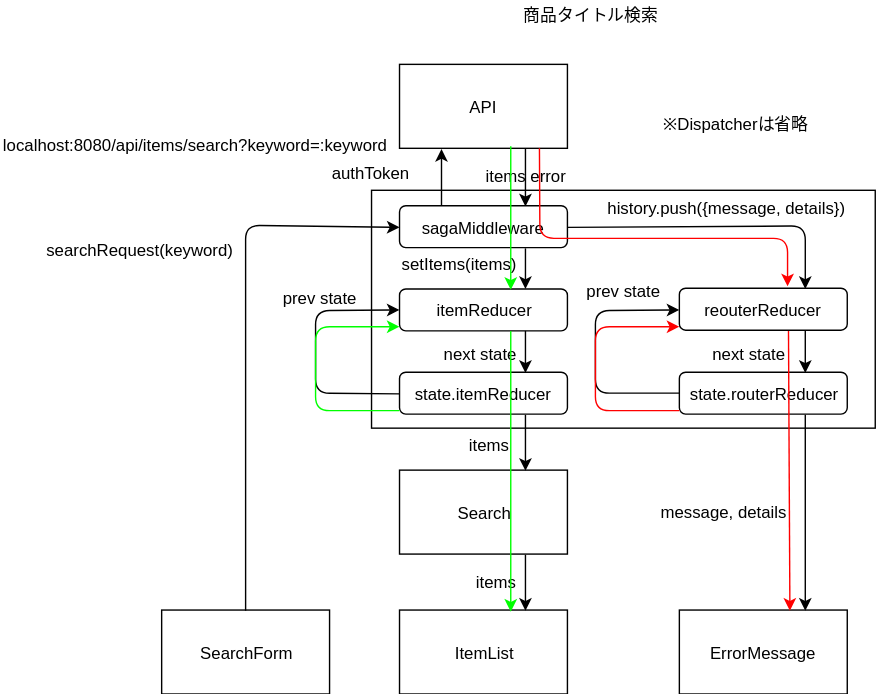
Earlier version of the draw.io export diagram/dataFlow/search.svg (emgniddikur/react-app). Source tidied: cells renumbered, new cells last; positions are measured from the earlier drawing's top-left corner, leaving out a move shared by most shapes. The source it was exported from:
```xml
<mxGraphModel>
  <root>
    <mxCell id="0" />
    <mxCell id="1" parent="0" />
    <mxCell id="2" value="Search" style="rounded=0;whiteSpace=wrap;html=1;" parent="1" vertex="1">
      <mxGeometry x="285" y="334.5" width="120" height="60" as="geometry" />
    </mxCell>
    <mxCell id="3" style="rounded=0;whiteSpace=wrap;html=1;" parent="1" vertex="1">
      <mxGeometry x="265" y="134.5" width="360" height="170" as="geometry" />
    </mxCell>
    <mxCell id="4" value="ItemList" style="rounded=0;whiteSpace=wrap;html=1;" parent="1" vertex="1">
      <mxGeometry x="285" y="434.5" width="120" height="60" as="geometry" />
    </mxCell>
    <mxCell id="5" style="endArrow=classic;html=1;entryX=0.75;entryY=0;entryDx=0;entryDy=0;exitX=0.75;exitY=1;exitDx=0;exitDy=0;" parent="1" edge="1" source="2" target="4">
      <mxGeometry relative="1" as="geometry" />
    </mxCell>
    <mxCell id="6" style="endArrow=classic;html=1;entryX=0.25;entryY=1;entryDx=0;entryDy=0;exitX=0.25;exitY=0;exitDx=0;exitDy=0;" parent="1" edge="1" source="9" target="8">
      <mxGeometry relative="1" as="geometry" />
    </mxCell>
    <mxCell id="7" style="endArrow=classic;html=1;entryX=0.75;entryY=0;entryDx=0;entryDy=0;exitX=0.75;exitY=1;exitDx=0;exitDy=0;" parent="1" edge="1" source="8" target="9">
      <mxGeometry relative="1" as="geometry" />
    </mxCell>
    <mxCell id="8" value="API&lt;br&gt;" style="rounded=0;whiteSpace=wrap;html=1;" parent="1" vertex="1">
      <mxGeometry x="285" y="44.5" width="120" height="60" as="geometry" />
    </mxCell>
    <mxCell id="9" value="sagaMiddleware" style="rounded=1;whiteSpace=wrap;html=1;" parent="1" vertex="1">
      <mxGeometry x="285" y="145.5" width="120" height="30" as="geometry" />
    </mxCell>
    <mxCell id="10" value="state.itemReducer" style="rounded=1;whiteSpace=wrap;html=1;" parent="1" vertex="1">
      <mxGeometry x="285" y="264.5" width="120" height="30" as="geometry" />
    </mxCell>
    <mxCell id="11" value="SearchForm" style="rounded=0;whiteSpace=wrap;html=1;" parent="1" vertex="1">
      <mxGeometry x="115" y="434.5" width="120" height="60" as="geometry" />
    </mxCell>
    <mxCell id="12" style="endArrow=classic;html=1;entryX=0;entryY=0.5;entryDx=0;entryDy=0;exitX=0.5;exitY=0;exitDx=0;exitDy=0;" parent="1" edge="1" source="11" target="9">
      <mxGeometry relative="1" as="geometry">
        <Array as="points">
          <mxPoint x="175" y="159.5" />
        </Array>
      </mxGeometry>
    </mxCell>
    <mxCell id="13" style="endArrow=classic;html=1;entryX=0.75;entryY=0;entryDx=0;entryDy=0;exitX=0.75;exitY=1;exitDx=0;exitDy=0;" parent="1" edge="1" source="9" target="14">
      <mxGeometry relative="1" as="geometry" />
    </mxCell>
    <mxCell id="14" value="itemReducer" style="rounded=1;whiteSpace=wrap;html=1;" parent="1" vertex="1">
      <mxGeometry x="285" y="205" width="120" height="30" as="geometry" />
    </mxCell>
    <mxCell id="15" style="endArrow=classic;html=1;entryX=0.75;entryY=0;entryDx=0;entryDy=0;exitX=0.75;exitY=1;exitDx=0;exitDy=0;" parent="1" edge="1" source="14" target="10">
      <mxGeometry relative="1" as="geometry" />
    </mxCell>
    <mxCell id="16" style="endArrow=classic;html=1;entryX=0;entryY=0.5;entryDx=0;entryDy=0;exitX=0;exitY=0.5;exitDx=0;exitDy=0;" parent="1" edge="1" source="10" target="14">
      <mxGeometry relative="1" as="geometry">
        <Array as="points">
          <mxPoint x="225" y="279.5" />
          <mxPoint x="225" y="220.5" />
        </Array>
      </mxGeometry>
    </mxCell>
    <mxCell id="17" value="reouterReducer&lt;br&gt;" style="rounded=1;whiteSpace=wrap;html=1;" parent="1" vertex="1">
      <mxGeometry x="485" y="204.5" width="120" height="30" as="geometry" />
    </mxCell>
    <mxCell id="18" style="endArrow=classic;html=1;entryX=0.75;entryY=0;entryDx=0;entryDy=0;exitX=1;exitY=0.5;exitDx=0;exitDy=0;" parent="1" edge="1" source="9" target="17">
      <mxGeometry relative="1" as="geometry">
        <Array as="points">
          <mxPoint x="575" y="160" />
        </Array>
      </mxGeometry>
    </mxCell>
    <mxCell id="19" value="state.routerReducer" style="rounded=1;whiteSpace=wrap;html=1;" parent="1" vertex="1">
      <mxGeometry x="485" y="264.5" width="120" height="30" as="geometry" />
    </mxCell>
    <mxCell id="20" style="endArrow=classic;html=1;entryX=0;entryY=0.5;entryDx=0;entryDy=0;exitX=0;exitY=0.5;exitDx=0;exitDy=0;" parent="1" edge="1">
      <mxGeometry relative="1" as="geometry">
        <mxPoint x="485" y="279.5" as="sourcePoint" />
        <mxPoint x="485" y="220" as="targetPoint" />
        <Array as="points">
          <mxPoint x="425" y="279.5" />
          <mxPoint x="425" y="220.5" />
        </Array>
      </mxGeometry>
    </mxCell>
    <mxCell id="21" style="endArrow=classic;html=1;entryX=0.75;entryY=0;entryDx=0;entryDy=0;exitX=0.75;exitY=1;exitDx=0;exitDy=0;" parent="1" edge="1" source="17" target="19">
      <mxGeometry relative="1" as="geometry" />
    </mxCell>
    <mxCell id="22" style="endArrow=classic;html=1;entryX=0.75;entryY=0;entryDx=0;entryDy=0;exitX=0.75;exitY=1;exitDx=0;exitDy=0;" parent="1" edge="1" source="10" target="2">
      <mxGeometry relative="1" as="geometry" />
    </mxCell>
    <mxCell id="23" value="商品タイトル検索&lt;br&gt;" style="text;html=1;align=left;verticalAlign=top;spacingTop=-4;" parent="1" vertex="1">
      <mxGeometry x="372" y="-0.5" width="110" height="20" as="geometry" />
    </mxCell>
    <mxCell id="24" value="searchRequest(keyword)" style="text;html=1;align=left;verticalAlign=top;spacingTop=-4;" parent="1" vertex="1">
      <mxGeometry x="31" y="167.5" width="150" height="20" as="geometry" />
    </mxCell>
    <mxCell id="25" value="authToken" style="text;html=1;align=left;verticalAlign=top;spacingTop=-4;" parent="1" vertex="1">
      <mxGeometry x="235" y="113" width="70" height="20" as="geometry" />
    </mxCell>
    <mxCell id="26" value="items" style="text;html=1;align=left;verticalAlign=top;spacingTop=-4;" parent="1" vertex="1">
      <mxGeometry x="345" y="115" width="40" height="20" as="geometry" />
    </mxCell>
    <mxCell id="27" value="prev state" style="text;html=1;align=left;verticalAlign=top;spacingTop=-4;" parent="1" vertex="1">
      <mxGeometry x="200" y="202" width="70" height="20" as="geometry" />
    </mxCell>
    <mxCell id="28" value="next state" style="text;html=1;align=left;verticalAlign=top;spacingTop=-4;" parent="1" vertex="1">
      <mxGeometry x="315" y="242" width="70" height="20" as="geometry" />
    </mxCell>
    <mxCell id="29" value="setItems(items)" style="text;html=1;align=left;verticalAlign=top;spacingTop=-4;" parent="1" vertex="1">
      <mxGeometry x="285" y="177.5" width="100" height="20" as="geometry" />
    </mxCell>
    <mxCell id="30" value="items" style="text;html=1;align=left;verticalAlign=top;spacingTop=-4;" parent="1" vertex="1">
      <mxGeometry x="338" y="404.5" width="40" height="20" as="geometry" />
    </mxCell>
    <mxCell id="31" value="items" style="text;html=1;align=left;verticalAlign=top;spacingTop=-4;" parent="1" vertex="1">
      <mxGeometry x="333" y="307" width="40" height="20" as="geometry" />
    </mxCell>
    <mxCell id="32" value="prev state" style="text;html=1;align=left;verticalAlign=top;spacingTop=-4;" parent="1" vertex="1">
      <mxGeometry x="417" y="197" width="70" height="20" as="geometry" />
    </mxCell>
    <mxCell id="33" value="next state" style="text;html=1;align=left;verticalAlign=top;spacingTop=-4;" parent="1" vertex="1">
      <mxGeometry x="507" y="242" width="70" height="20" as="geometry" />
    </mxCell>
    <mxCell id="34" value="ErrorMessage" style="rounded=0;whiteSpace=wrap;html=1;" parent="1" vertex="1">
      <mxGeometry x="485" y="434.5" width="120" height="60" as="geometry" />
    </mxCell>
    <mxCell id="35" style="endArrow=classic;html=1;entryX=0.75;entryY=0;entryDx=0;entryDy=0;exitX=0.75;exitY=1;exitDx=0;exitDy=0;" parent="1" edge="1" source="19" target="34">
      <mxGeometry relative="1" as="geometry" />
    </mxCell>
    <mxCell id="36" value="message, details" style="text;html=1;align=left;verticalAlign=top;spacingTop=-4;" parent="1" vertex="1">
      <mxGeometry x="470" y="354.5" width="110" height="20" as="geometry" />
    </mxCell>
    <mxCell id="37" value="error" style="text;html=1;align=left;verticalAlign=top;spacingTop=-4;" parent="1" vertex="1">
      <mxGeometry x="377" y="115" width="40" height="20" as="geometry" />
    </mxCell>
    <mxCell id="38" value="localhost:8080/api/items/search?keyword=:keyword" style="text;html=1;align=left;verticalAlign=top;spacingTop=-4;" parent="1" vertex="1">
      <mxGeometry y="93" width="290" height="20" as="geometry" />
    </mxCell>
    <mxCell id="39" value="history.push({message, details})" style="text;html=1;align=left;verticalAlign=top;spacingTop=-4;" parent="1" vertex="1">
      <mxGeometry x="432" y="138" width="190" height="20" as="geometry" />
    </mxCell>
    <mxCell id="40" value="※Dispatcherは省略" style="text;html=1;align=left;verticalAlign=top;spacingTop=-4;" parent="1" vertex="1">
      <mxGeometry x="472" y="77.5" width="120" height="20" as="geometry" />
    </mxCell>
    <mxCell id="41" style="endArrow=classic;html=1;strokeColor=#FF0000;exitX=0.858;exitY=1.017;exitDx=0;exitDy=0;exitPerimeter=0;entryX=0.667;entryY=-0.033;entryDx=0;entryDy=0;entryPerimeter=0;" parent="1" edge="1">
      <mxGeometry relative="1" as="geometry">
        <mxPoint x="385" y="104.5" as="sourcePoint" />
        <mxPoint x="562.3" y="203.2" as="targetPoint" />
        <Array as="points">
          <mxPoint x="385.3" y="168.8" />
          <mxPoint x="562.3" y="168.8" />
        </Array>
      </mxGeometry>
    </mxCell>
    <mxCell id="42" style="endArrow=classic;html=1;strokeColor=#FF0000;" parent="1" edge="1">
      <mxGeometry relative="1" as="geometry">
        <mxPoint x="485" y="292" as="sourcePoint" />
        <mxPoint x="485" y="232" as="targetPoint" />
        <Array as="points">
          <mxPoint x="425" y="292" />
          <mxPoint x="425" y="232" />
        </Array>
      </mxGeometry>
    </mxCell>
    <mxCell id="43" style="endArrow=classic;html=1;strokeColor=#FF0000;" parent="1" edge="1">
      <mxGeometry relative="1" as="geometry">
        <mxPoint x="563" y="235" as="sourcePoint" />
        <mxPoint x="564" y="435" as="targetPoint" />
      </mxGeometry>
    </mxCell>
    <mxCell id="44" style="endArrow=classic;html=1;strokeColor=#00FF00;exitX=0.667;exitY=0.983;exitDx=0;exitDy=0;exitPerimeter=0;entryX=0.671;entryY=0.033;entryDx=0;entryDy=0;entryPerimeter=0;" parent="1" edge="1">
      <mxGeometry relative="1" as="geometry">
        <mxPoint x="364.5" y="103" as="sourcePoint" />
        <mxPoint x="364.5" y="205.7" as="targetPoint" />
      </mxGeometry>
    </mxCell>
    <mxCell id="45" style="endArrow=classic;html=1;strokeColor=#00FF00;exitX=0.667;exitY=0.983;exitDx=0;exitDy=0;exitPerimeter=0;" parent="1" edge="1">
      <mxGeometry relative="1" as="geometry">
        <mxPoint x="364.5" y="235" as="sourcePoint" />
        <mxPoint x="364.5" y="435.7" as="targetPoint" />
      </mxGeometry>
    </mxCell>
    <mxCell id="46" style="endArrow=classic;html=1;strokeColor=#00FF00;" parent="1" edge="1">
      <mxGeometry relative="1" as="geometry">
        <mxPoint x="285" y="292" as="sourcePoint" />
        <mxPoint x="285" y="232" as="targetPoint" />
        <Array as="points">
          <mxPoint x="225" y="292" />
          <mxPoint x="225" y="232" />
        </Array>
      </mxGeometry>
    </mxCell>
  </root>
</mxGraphModel>
```
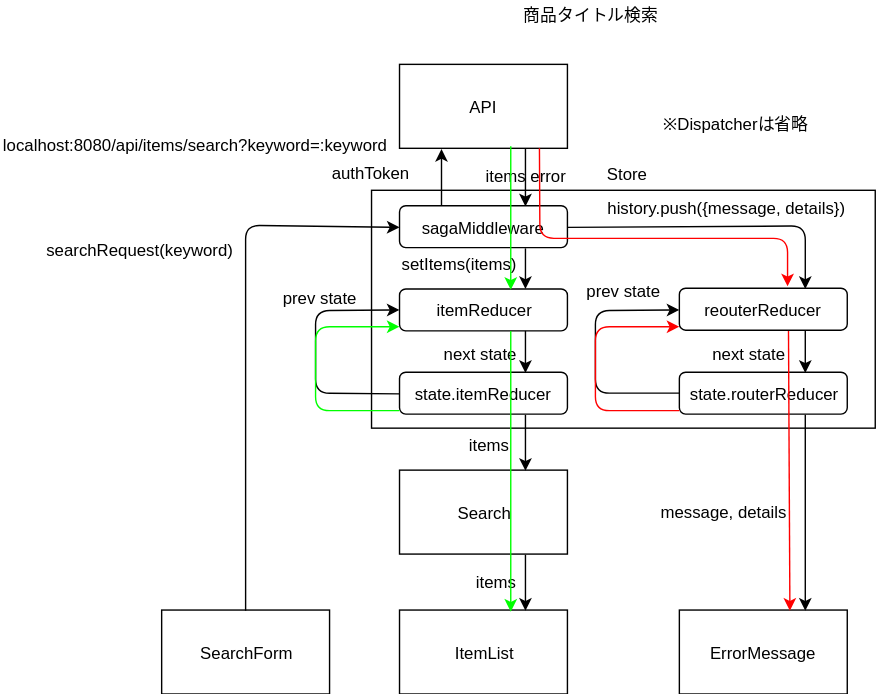
After the change.

Commit message:
[Fix] Store、deleteのレスポンス

The edit, as a diff of the source:
```diff
@@ -187,5 +187,8 @@
         </Array>
       </mxGeometry>
     </mxCell>
+    <mxCell id="47" value="Store" style="text;html=1;strokeColor=none;fillColor=none;align=center;verticalAlign=middle;whiteSpace=wrap;rounded=0;" parent="1" vertex="1">
+      <mxGeometry x="427" y="113" width="40" height="20" as="geometry" />
+    </mxCell>
   </root>
 </mxGraphModel>
```
